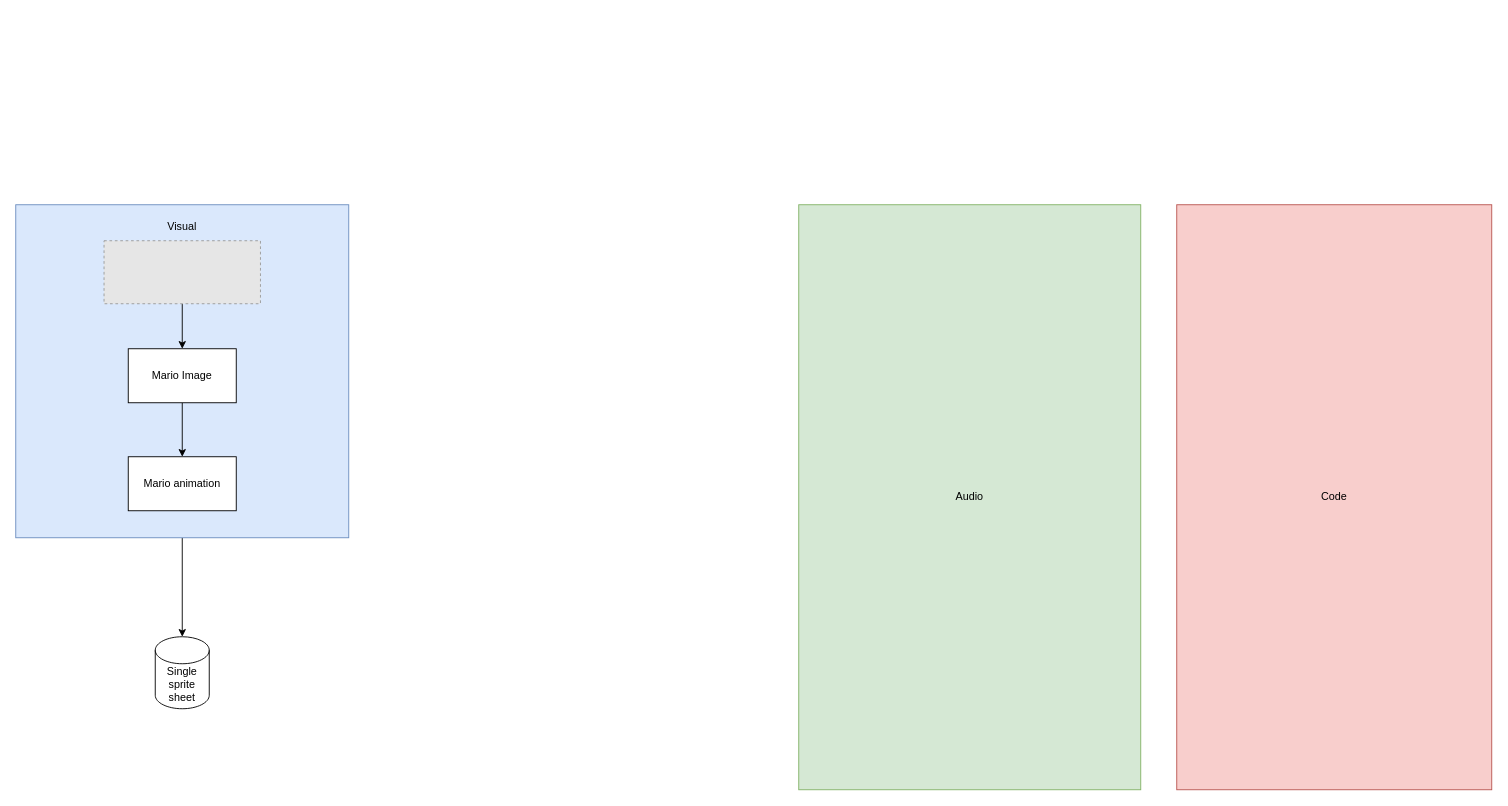
This is Mario.drawio from klimkam/mario, a draw.io file, before an edit. Source tidied: cells renumbered, new cells numbered last; positions are measured from the earlier drawing's top-left corner, leaving out a move shared by most shapes. Both pictures are drawn from the tidied source at 90%, with x=0, y=0 at pixel (15, 204). Pictures stored in the file or linked from it are replaced by grey dashed boxes.
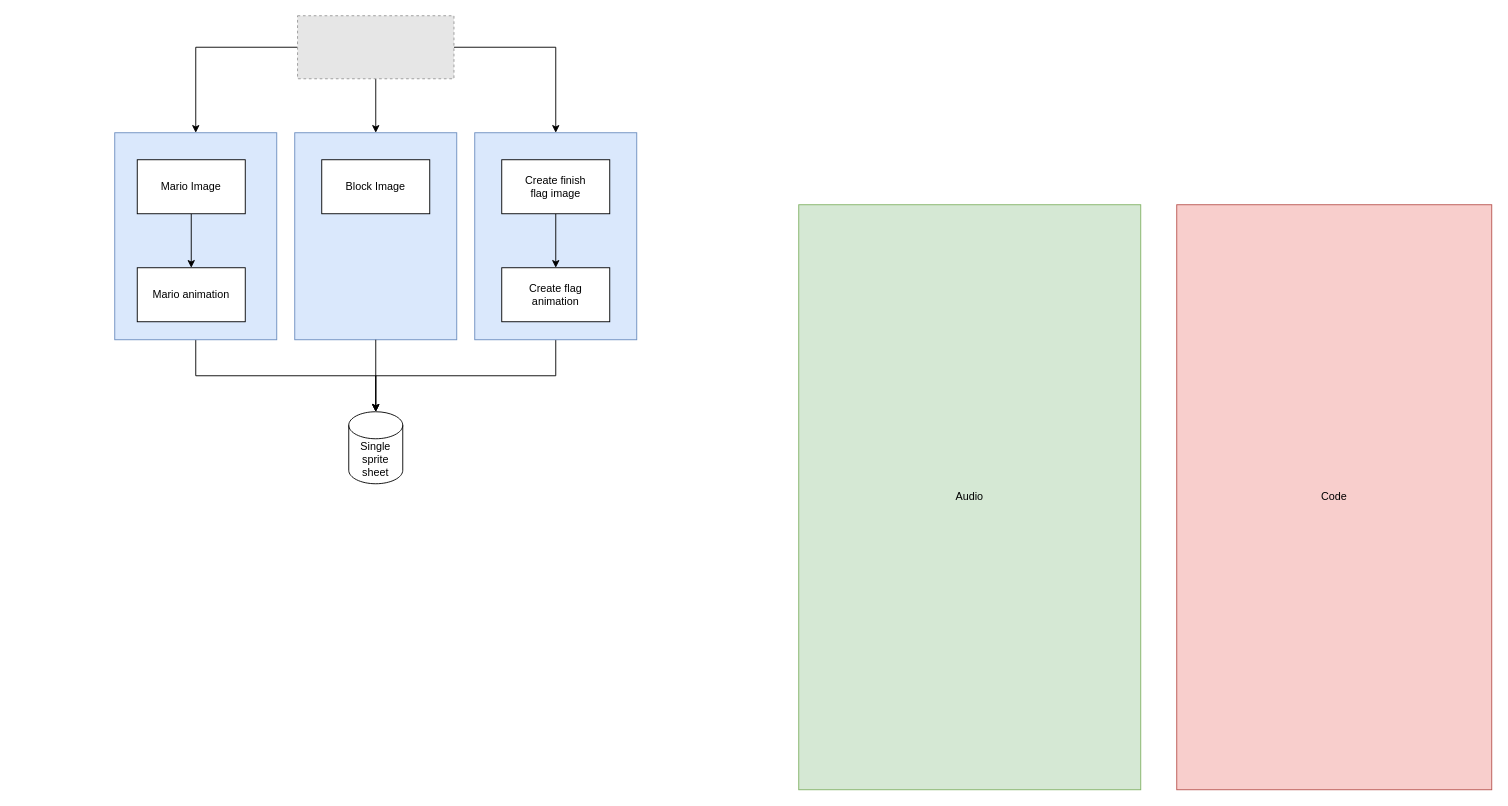
After the change.

Change to the diagram source:
```diff
@@
-    <mxCell id="2" style="edgeStyle=orthogonalEdgeStyle;rounded=0;jettySize=auto;html=1;" parent="1" edge="1" source="3" target="12">
+    <mxCell id="2" style="edgeStyle=orthogonalEdgeStyle;rounded=0;jettySize=auto;html=1;exitX=0.5;exitY=1;exitDx=0;exitDy=0;" parent="1" edge="1" source="3" target="12">
       <mxGeometry relative="1" as="geometry" />
     </mxCell>
     <mxCell id="3" style="rounded=0;whiteSpace=wrap;html=1;fillColor=#dae8fc;strokeColor=#6c8ebf;" parent="1" vertex="1">
-      <mxGeometry width="370" height="370" as="geometry" />
+      <mxGeometry x="110" y="-80" width="180" height="230" as="geometry" />
     </mxCell>
@@
-    <mxCell id="6" value="Visual" style="text;html=1;strokeColor=none;fillColor=none;align=center;verticalAlign=middle;whiteSpace=wrap;rounded=0;" parent="1" vertex="1">
-      <mxGeometry x="155" y="10" width="60" height="30" as="geometry" />
-    </mxCell>
-    <mxCell id="7" style="edgeStyle=orthogonalEdgeStyle;rounded=0;jettySize=auto;html=1;" parent="1" edge="1" source="8" target="10">
-      <mxGeometry relative="1" as="geometry" />
-    </mxCell>
+    <mxCell id="13" style="edgeStyle=orthogonalEdgeStyle;rounded=0;jettySize=auto;html=1;entryX=0.5;entryY=0;entryDx=0;entryDy=0;" parent="1" edge="1" source="8" target="3">
+      <mxGeometry relative="1" as="geometry" />
+    </mxCell>
+    <mxCell id="14" style="edgeStyle=orthogonalEdgeStyle;rounded=0;jettySize=auto;html=1;entryX=0.5;entryY=0;entryDx=0;entryDy=0;" parent="1" edge="1" source="8" target="16">
+      <mxGeometry relative="1" as="geometry" />
+    </mxCell>
+    <mxCell id="15" style="edgeStyle=orthogonalEdgeStyle;rounded=0;jettySize=auto;html=1;entryX=0.5;entryY=0;entryDx=0;entryDy=0;" parent="1" edge="1" source="8" target="18">
+      <mxGeometry relative="1" as="geometry" />
+    </mxCell>
     <mxCell id="8" style="fillColor=#E6E6E6;strokeColor=#999999;dashed=1;verticalLabelPosition=bottom;labelBackgroundColor=default;verticalAlign=top;" parent="1" vertex="1">
-      <mxGeometry x="98.1" y="40" width="173.8" height="70" as="geometry" />
+      <mxGeometry x="313.1" y="-210" width="173.8" height="70" as="geometry" />
     </mxCell>
@@
     <mxCell id="10" value="Mario Image" style="rounded=0;whiteSpace=wrap;html=1;" parent="1" vertex="1">
-      <mxGeometry x="125" y="160" width="120" height="60" as="geometry" />
+      <mxGeometry x="135" y="-50" width="120" height="60" as="geometry" />
     </mxCell>
     <mxCell id="11" value="Mario animation" style="rounded=0;whiteSpace=wrap;html=1;" parent="1" vertex="1">
-      <mxGeometry x="125" y="280" width="120" height="60" as="geometry" />
+      <mxGeometry x="135" y="70" width="120" height="60" as="geometry" />
     </mxCell>
     <mxCell id="12" value="Single sprite sheet" style="shape=cylinder3;whiteSpace=wrap;html=1;boundedLbl=1;backgroundOutline=1;size=15;" parent="1" vertex="1">
-      <mxGeometry x="155" y="480" width="60" height="80" as="geometry" />
+      <mxGeometry x="370" y="230" width="60" height="80" as="geometry" />
     </mxCell>
+    <mxCell id="16" style="rounded=0;whiteSpace=wrap;html=1;fillColor=#dae8fc;strokeColor=#6c8ebf;" parent="1" vertex="1">
+      <mxGeometry x="310" y="-80" width="180" height="230" as="geometry" />
+    </mxCell>
+    <mxCell id="17" style="edgeStyle=orthogonalEdgeStyle;rounded=0;jettySize=auto;html=1;exitX=0.5;exitY=1;exitDx=0;exitDy=0;entryX=0.5;entryY=0;entryDx=0;entryDy=0;entryPerimeter=0;" parent="1" edge="1" source="18" target="12">
+      <mxGeometry relative="1" as="geometry" />
+    </mxCell>
+    <mxCell id="18" style="rounded=0;whiteSpace=wrap;html=1;fillColor=#dae8fc;strokeColor=#6c8ebf;" parent="1" vertex="1">
+      <mxGeometry x="510" y="-80" width="180" height="230" as="geometry" />
+    </mxCell>
+    <mxCell id="19" style="edgeStyle=orthogonalEdgeStyle;rounded=0;jettySize=auto;html=1;entryX=0.5;entryY=0;entryDx=0;entryDy=0;entryPerimeter=0;" parent="1" edge="1" source="16" target="12">
+      <mxGeometry relative="1" as="geometry" />
+    </mxCell>
+    <mxCell id="20" value="Block Image" style="rounded=0;whiteSpace=wrap;html=1;" parent="1" vertex="1">
+      <mxGeometry x="340" y="-50" width="120" height="60" as="geometry" />
+    </mxCell>
+    <mxCell id="21" style="edgeStyle=orthogonalEdgeStyle;rounded=0;jettySize=auto;html=1;entryX=0.5;entryY=0;entryDx=0;entryDy=0;" parent="1" edge="1" source="22" target="23">
+      <mxGeometry relative="1" as="geometry" />
+    </mxCell>
+    <mxCell id="22" value="Create finish&lt;br&gt;flag image" style="rounded=0;whiteSpace=wrap;html=1;" parent="1" vertex="1">
+      <mxGeometry x="540" y="-50" width="120" height="60" as="geometry" />
+    </mxCell>
+    <mxCell id="23" value="Create flag&lt;br&gt;animation" style="rounded=0;whiteSpace=wrap;html=1;" parent="1" vertex="1">
+      <mxGeometry x="540" y="70" width="120" height="60" as="geometry" />
+    </mxCell>
```
